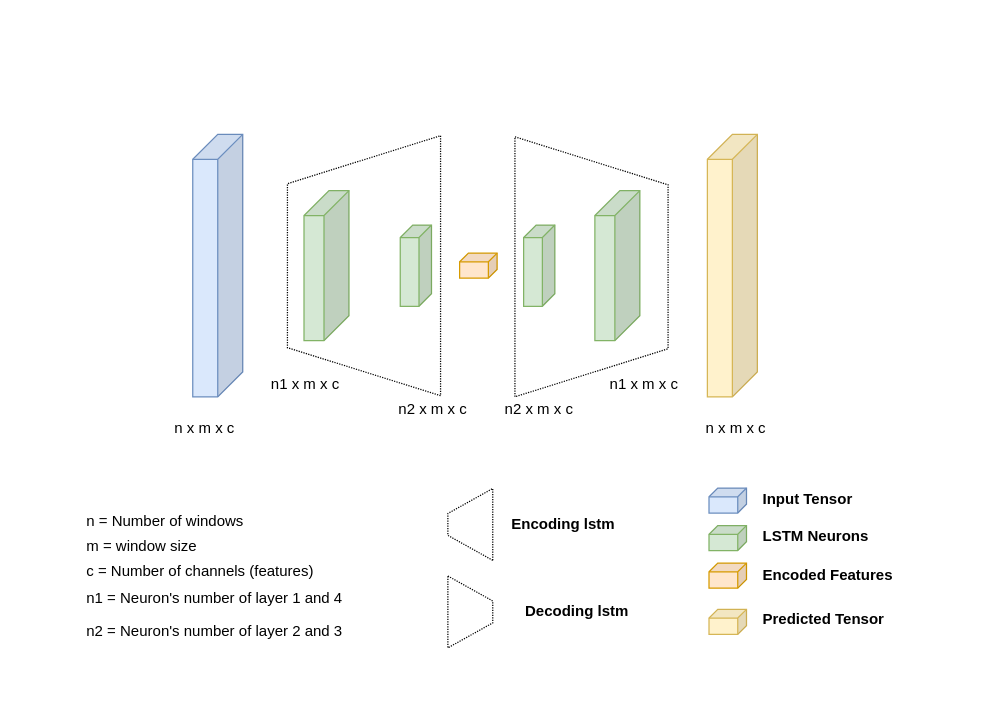
Before: thesis/figures/autoencoder.drawio in MarcelRosier/thesis, a draw.io diagram. Source tidied: cells renumbered, new cells numbered last; positions are measured from the earlier drawing's top-left corner, leaving out a move shared by most shapes. Both pictures are drawn from the tidied source at 125%, with x=0, y=0 at pixel (69, 134).
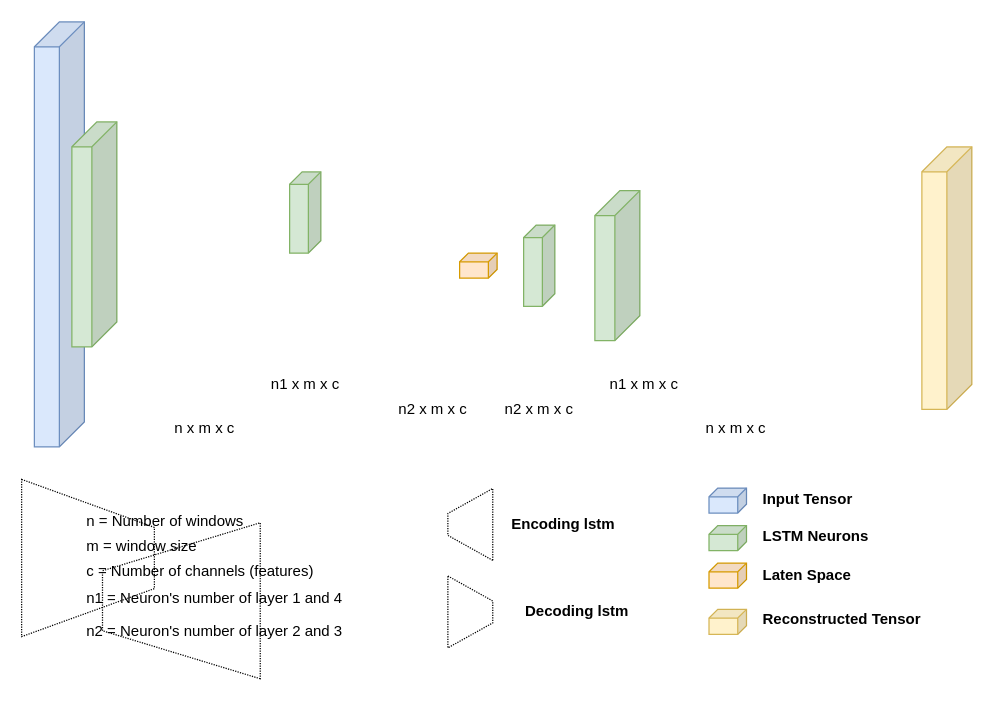
The same diagram, later.

The edit, as a diff of the source:
```diff
@@
     <mxCell id="2" style="shape=cube;whiteSpace=wrap;html=1;boundedLbl=1;backgroundOutline=1;darkOpacity=0.05;darkOpacity2=0.1;size=20;direction=east;flipH=1;fillColor=#dae8fc;strokeColor=#6c8ebf;" parent="1" vertex="1">
-      <mxGeometry x="98.7" width="40" height="210" as="geometry" />
+      <mxGeometry x="-28" y="-90" width="40" height="340" as="geometry" />
     </mxCell>
     <mxCell id="3" style="shape=cube;whiteSpace=wrap;html=1;boundedLbl=1;backgroundOutline=1;darkOpacity=0.05;darkOpacity2=0.1;size=20;direction=east;flipH=1;fillColor=#d5e8d4;strokeColor=#82b366;" parent="1" vertex="1">
-      <mxGeometry x="187.7" y="45" width="36" height="120" as="geometry" />
+      <mxGeometry x="2" y="-10" width="36" height="180" as="geometry" />
     </mxCell>
     <mxCell id="4" style="shape=cube;whiteSpace=wrap;html=1;boundedLbl=1;backgroundOutline=1;darkOpacity=0.05;darkOpacity2=0.1;size=10;direction=east;flipH=1;fillColor=#d5e8d4;strokeColor=#82b366;" parent="1" vertex="1">
-      <mxGeometry x="264.7" y="72.5" width="25" height="65" as="geometry" />
+      <mxGeometry x="176.2" y="30" width="25" height="65" as="geometry" />
     </mxCell>
@@
-    <mxCell id="11" value="Encoded Features" style="text;html=1;strokeColor=none;fillColor=none;align=left;verticalAlign=middle;whiteSpace=wrap;rounded=0;fontStyle=1;" parent="1" vertex="1">
+    <mxCell id="11" value="Laten Space" style="text;html=1;strokeColor=none;fillColor=none;align=left;verticalAlign=middle;whiteSpace=wrap;rounded=0;fontStyle=1;" parent="1" vertex="1">
       <mxGeometry x="552.7" y="341.1" width="138" height="23.9" as="geometry" />
     </mxCell>
     <mxCell id="12" style="shape=cube;whiteSpace=wrap;html=1;boundedLbl=1;backgroundOutline=1;darkOpacity=0.05;darkOpacity2=0.1;size=20;direction=east;flipH=1;fillColor=#fff2cc;strokeColor=#d6b656;" parent="1" vertex="1">
-      <mxGeometry x="510.4" width="40" height="210" as="geometry" />
+      <mxGeometry x="682" y="10" width="40" height="210" as="geometry" />
     </mxCell>
@@
-    <mxCell id="17" value="Predicted Tensor" style="text;html=1;strokeColor=none;fillColor=none;align=left;verticalAlign=middle;whiteSpace=wrap;rounded=0;fontStyle=1;" parent="1" vertex="1">
+    <mxCell id="17" value="Reconstructed Tensor" style="text;html=1;strokeColor=none;fillColor=none;align=left;verticalAlign=middle;whiteSpace=wrap;rounded=0;fontStyle=1;" parent="1" vertex="1">
       <mxGeometry x="552.7" y="376.1" width="138" height="23.9" as="geometry" />
     </mxCell>
     <mxCell id="18" style="shape=trapezoid;perimeter=trapezoidPerimeter;whiteSpace=wrap;html=1;fixedSize=1;rotation=-90;dashed=1;dashPattern=1 1;fillColor=none;direction=west;size=38.41000000000008;" parent="1" vertex="1">
-      <mxGeometry x="313.7" y="44.7" width="208" height="122.5" as="geometry" />
+      <mxGeometry x="-48" y="285.8" width="125.8" height="106.2" as="geometry" />
     </mxCell>
@@
     <mxCell id="22" style="shape=trapezoid;perimeter=trapezoidPerimeter;whiteSpace=wrap;html=1;fixedSize=1;rotation=90;dashed=1;dashPattern=1 1;fillColor=none;direction=west;size=38.41000000000008;" parent="1" vertex="1">
-      <mxGeometry x="131.7" y="43.8" width="208" height="122.5" as="geometry" />
+      <mxGeometry x="27.2" y="310" width="124.8" height="126.2" as="geometry" />
     </mxCell>
```
